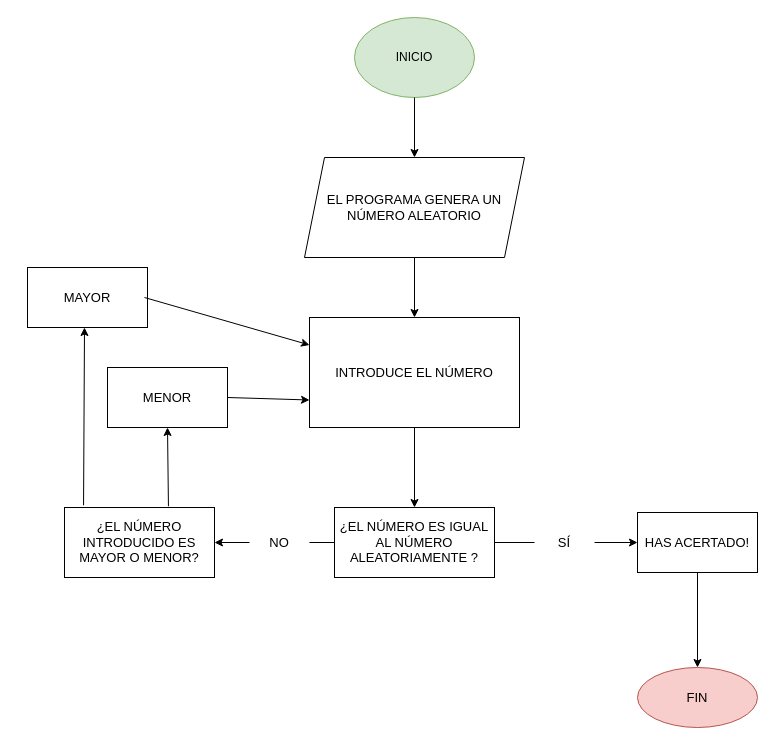
Above: diagrama.drawio in jaimeeramiirez/Adivina_un_numero_jaime_ramirez (draw.io), before the change. Source tidied: cells renumbered, new cells numbered last; positions are measured from the earlier drawing's top-left corner, leaving out a move shared by most shapes. Both pictures are drawn from the tidied source at 100%, with x=0, y=0 at pixel (27, 17).
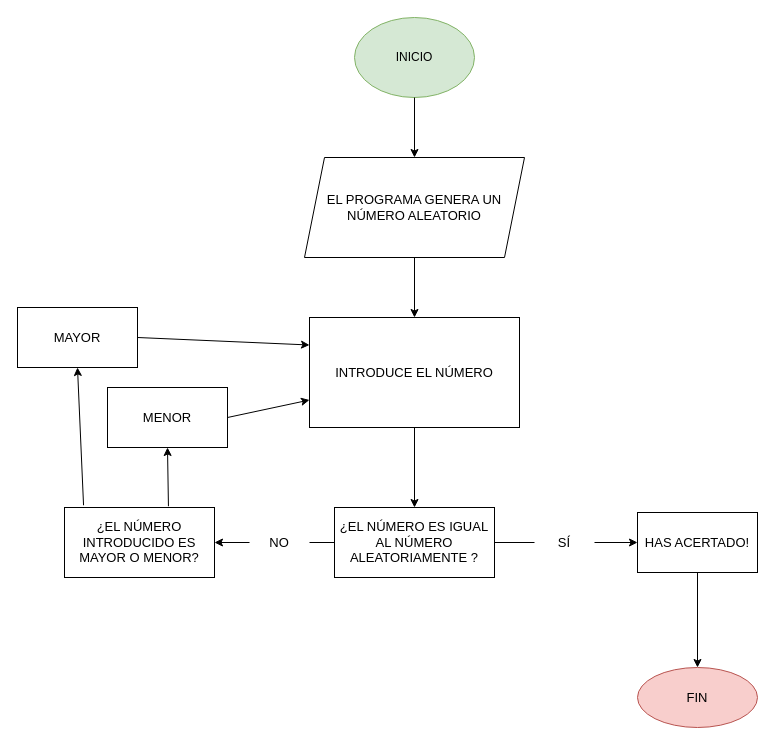
After the change.

Unchanged cells that the change refers to:
```xml
<mxCell id="5" value="&lt;font style=&quot;font-size: 13px&quot;&gt;INTRODUCE EL NÚMERO&lt;/font&gt;" style="rounded=0;whiteSpace=wrap;html=1;fontSize=12;" parent="1" vertex="1">
  <mxGeometry x="282" y="300" width="210" height="110" as="geometry" />
</mxCell>
<mxCell id="17" value="¿EL NÚMERO INTRODUCIDO ES MAYOR O MENOR?" style="whiteSpace=wrap;html=1;fontSize=13;rounded=0;" parent="1" vertex="1">
  <mxGeometry x="37" y="490" width="150" height="70" as="geometry" />
</mxCell>
```

Diff of the diagram source:
```diff
@@
-    <mxCell id="16" style="edgeStyle=none;html=1;fontSize=13;exitX=0.127;exitY=-0.032;exitDx=0;exitDy=0;entryX=0.5;entryY=1;entryDx=0;entryDy=0;exitPerimeter=0;" parent="1" edge="1" source="17">
-      <mxGeometry relative="1" as="geometry">
-        <mxPoint x="57" y="310" as="targetPoint" />
-      </mxGeometry>
+    <mxCell id="16" style="edgeStyle=none;html=1;fontSize=13;exitX=0.127;exitY=-0.032;exitDx=0;exitDy=0;entryX=0.5;entryY=1;entryDx=0;entryDy=0;exitPerimeter=0;" parent="1" edge="1" source="17" target="20">
+      <mxGeometry relative="1" as="geometry" />
     </mxCell>
@@
     <mxCell id="20" value="MAYOR" style="rounded=0;whiteSpace=wrap;html=1;fontSize=13;" parent="1" vertex="1">
-      <mxGeometry y="250" width="120" height="60" as="geometry" />
+      <mxGeometry x="-10" y="290" width="120" height="60" as="geometry" />
     </mxCell>
     <mxCell id="21" value="MENOR" style="rounded=0;whiteSpace=wrap;html=1;fontSize=13;" parent="1" vertex="1">
-      <mxGeometry x="80" y="350" width="120" height="60" as="geometry" />
+      <mxGeometry x="80" y="370" width="120" height="60" as="geometry" />
     </mxCell>
@@
-    <mxCell id="23" style="endArrow=classic;html=1;fontSize=13;exitX=1;exitY=0.5;exitDx=0;exitDy=0;entryX=0;entryY=0.25;entryDx=0;entryDy=0;" parent="1" edge="1" target="5">
-      <mxGeometry relative="1" as="geometry">
-        <mxPoint x="117" y="280" as="sourcePoint" />
-      </mxGeometry>
+    <mxCell id="23" style="endArrow=classic;html=1;fontSize=13;exitX=1;exitY=0.5;exitDx=0;exitDy=0;entryX=0;entryY=0.25;entryDx=0;entryDy=0;" parent="1" edge="1" source="20" target="5">
+      <mxGeometry relative="1" as="geometry" />
     </mxCell>
```
